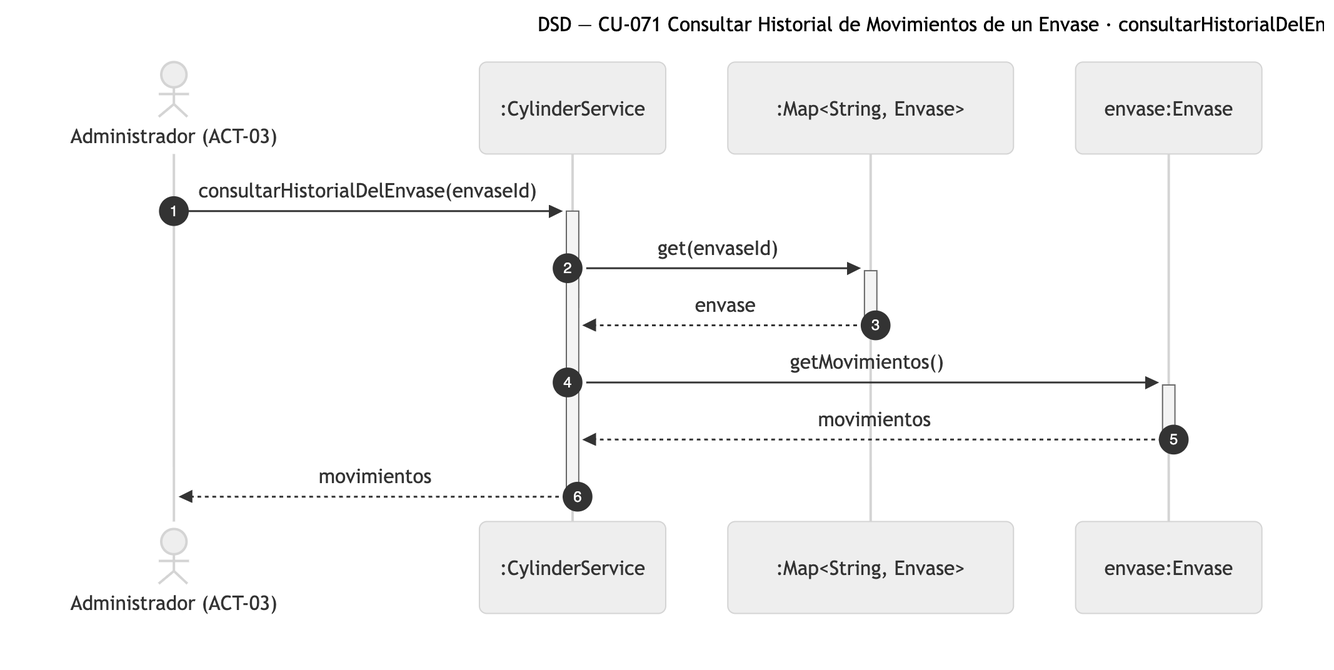
Before: diagramas/png/DSD_CU-071_consultarHistorialDelEnvase.png, a diagram exported from Mermaid (Nahuelito-Dev/splg-docs). Its source is kept beside it as diagramas/DSD_CU-071_consultarHistorialDelEnvase.mmd.
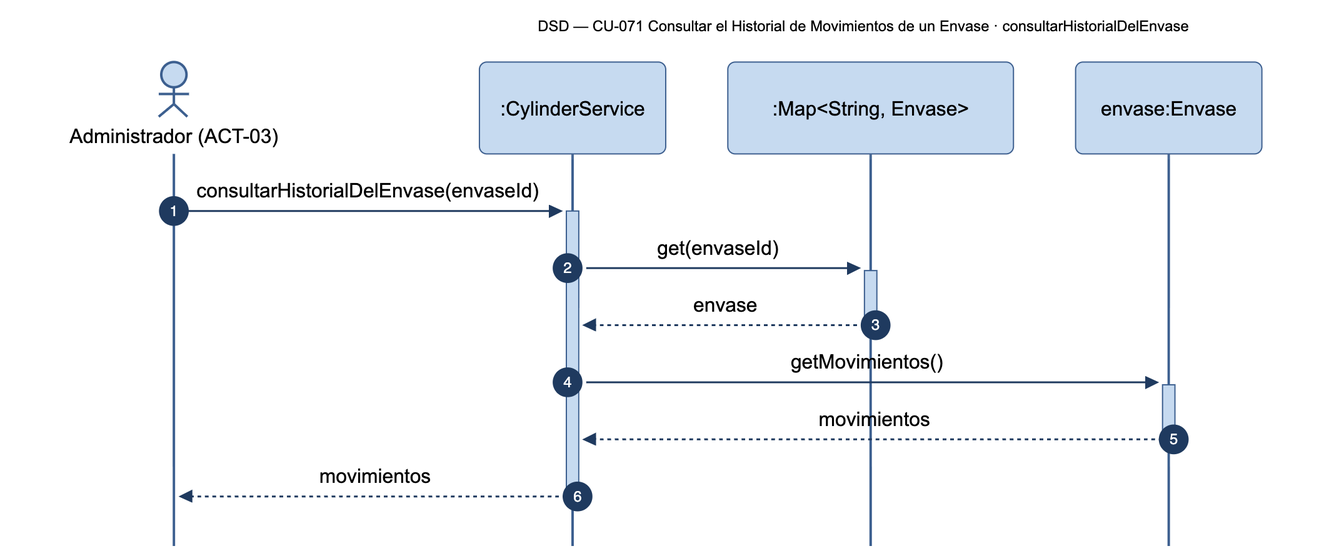
After the commit.

Diff of the diagram source:
```diff
@@ -1,5 +1,5 @@
 sequenceDiagram
-    title DSD — CU-071 Consultar Historial de Movimientos de un Envase · consultarHistorialDelEnvase
+    title DSD — CU-071 Consultar el Historial de Movimientos de un Envase · consultarHistorialDelEnvase
     autonumber
     actor ADM as Administrador (ACT-03)
     participant SRV as :CylinderService
```
